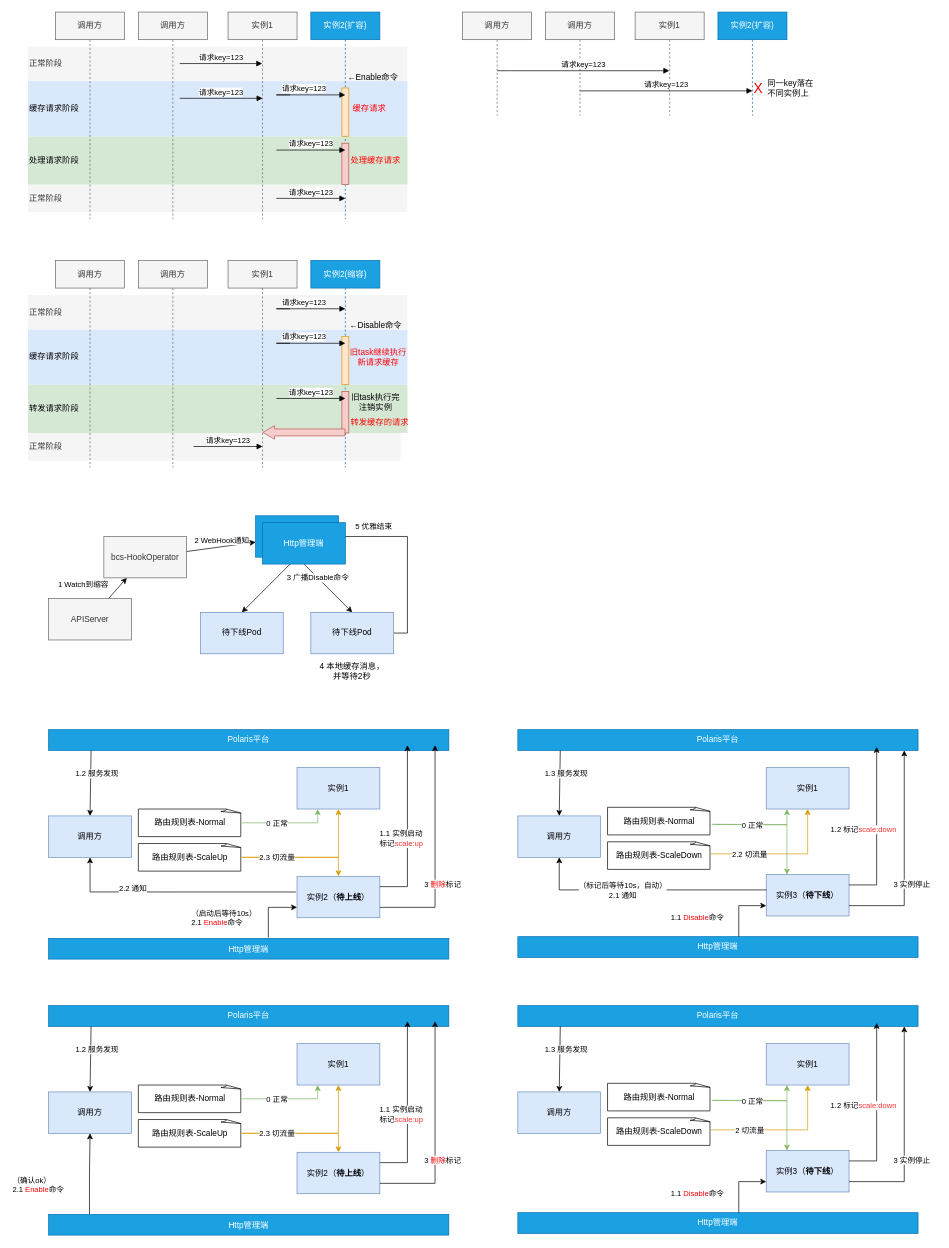
Earlier version of the draw.io diagram page "优雅机制" (4 of 6) of 业务上云.drawio (myfreejoey/picgo). Source tidied: cells renumbered, new cells numbered last; positions are measured from the earlier drawing's top-left corner, leaving out a move shared by most shapes. Both pictures are drawn from the tidied source at 69%, with x=0, y=0 at pixel (28, 12).
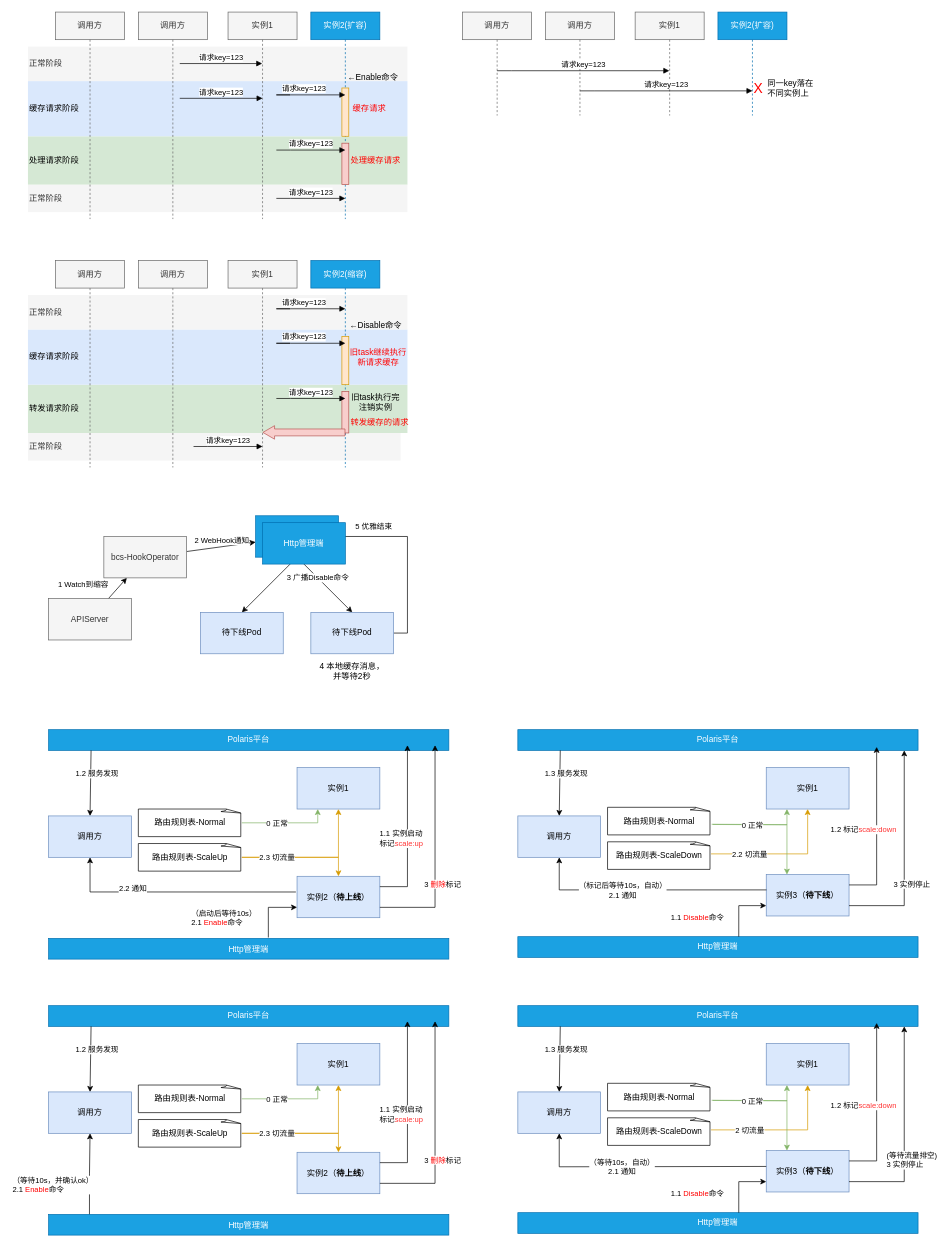
The same page after the edit.

Commit message (it also covers changes not shown here):
更新业务上云.drawio

Unchanged cells that the change refers to:
```xml
<mxCell id="106" value="调用方" style="rounded=0;whiteSpace=wrap;html=1;fillColor=#dae8fc;strokeColor=#6c8ebf;" parent="1" vertex="1">
  <mxGeometry x="710" y="1565" width="120" height="60" as="geometry" />
</mxCell>
<mxCell id="122" style="rounded=0;jettySize=auto;html=1;edgeStyle=orthogonalEdgeStyle;exitX=1;exitY=0.75;exitDx=0;exitDy=0;" parent="1" edge="1" source="108">
  <mxGeometry relative="1" as="geometry">
    <mxPoint x="1270" y="1470" as="targetPoint" />
    <Array as="points">
      <mxPoint x="1270" y="1695" />
    </Array>
  </mxGeometry>
</mxCell>
<mxCell id="137" style="edgeStyle=orthogonalEdgeStyle;rounded=0;jettySize=auto;html=1;entryX=0.5;entryY=1;entryDx=0;entryDy=0;exitX=0.102;exitY=0.081;exitDx=0;exitDy=0;exitPerimeter=0;" parent="1" edge="1" source="143" target="126">
  <mxGeometry relative="1" as="geometry" />
</mxCell>
```

Diff of the diagram source:
```diff
@@
-    <mxCell id="123" value="&lt;div style=&quot;text-align: left;&quot;&gt;3 实例停止&lt;/div&gt;" style="edgeLabel;html=1;align=center;verticalAlign=middle;" parent="122" vertex="1">
+    <mxCell id="123" value="&lt;div style=&quot;text-align: left;&quot;&gt;(等待流量排空)&lt;/div&gt;&lt;div style=&quot;text-align: left;&quot;&gt;3 实例停止&lt;/div&gt;" style="edgeLabel;html=1;align=center;verticalAlign=middle;" parent="122" vertex="1">
       <mxGeometry x="-0.47" y="-1" relative="1" as="geometry">
         <mxPoint x="9" y="-31" as="offset" />
       </mxGeometry>
     </mxCell>
@@
-    <mxCell id="138" value="（确认ok）&lt;br&gt;2.1&amp;nbsp;&lt;font color=&quot;#ff0000&quot;&gt;Enable&lt;/font&gt;命令" style="edgeLabel;html=1;align=left;verticalAlign=middle;" parent="137" vertex="1">
+    <mxCell id="138" value="（等待10s，并确认ok）&lt;br&gt;2.1&amp;nbsp;&lt;font color=&quot;#ff0000&quot;&gt;Enable&lt;/font&gt;命令" style="edgeLabel;html=1;align=left;verticalAlign=middle;" parent="137" vertex="1">
       <mxGeometry x="-0.09" y="-1" relative="1" as="geometry">
         <mxPoint x="-114" y="10" as="offset" />
       </mxGeometry>
     </mxCell>
@@
+    <mxCell id="146" style="edgeStyle=orthogonalEdgeStyle;rounded=0;jettySize=auto;html=1;entryX=0.5;entryY=1;entryDx=0;entryDy=0;" parent="1" edge="1" target="106">
+      <mxGeometry relative="1" as="geometry">
+        <mxPoint x="1070" y="1673" as="sourcePoint" />
+      </mxGeometry>
+    </mxCell>
+    <mxCell id="147" value="（等待10s，自动）&lt;br&gt;2.1 通知" style="edgeLabel;html=1;align=center;verticalAlign=middle;" parent="146" vertex="1">
+      <mxGeometry x="-0.18" relative="1" as="geometry">
+        <mxPoint x="-67" as="offset" />
+      </mxGeometry>
+    </mxCell>
```
